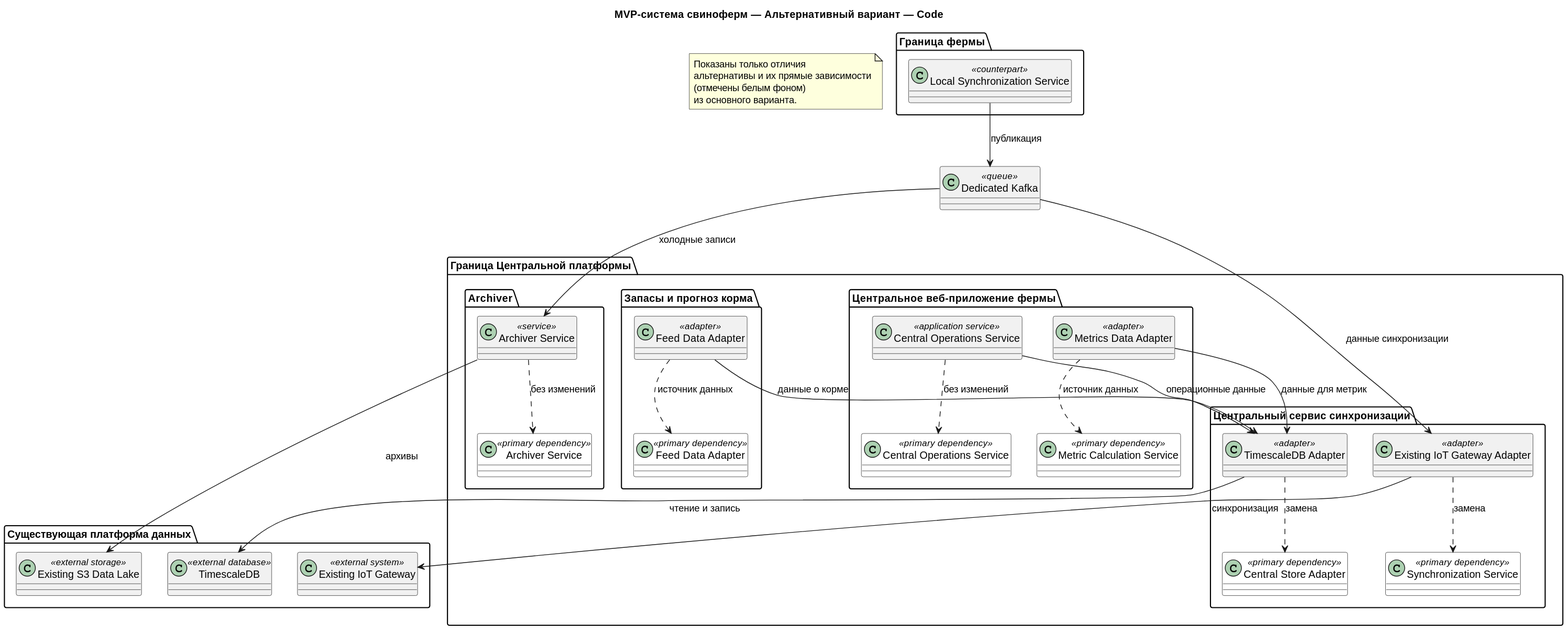
Before: Task3/svg/03-04-alternative.c4.code.svg, a diagram exported from PlantUML (vs-ya-practicum/01-MSA-AgroTech).
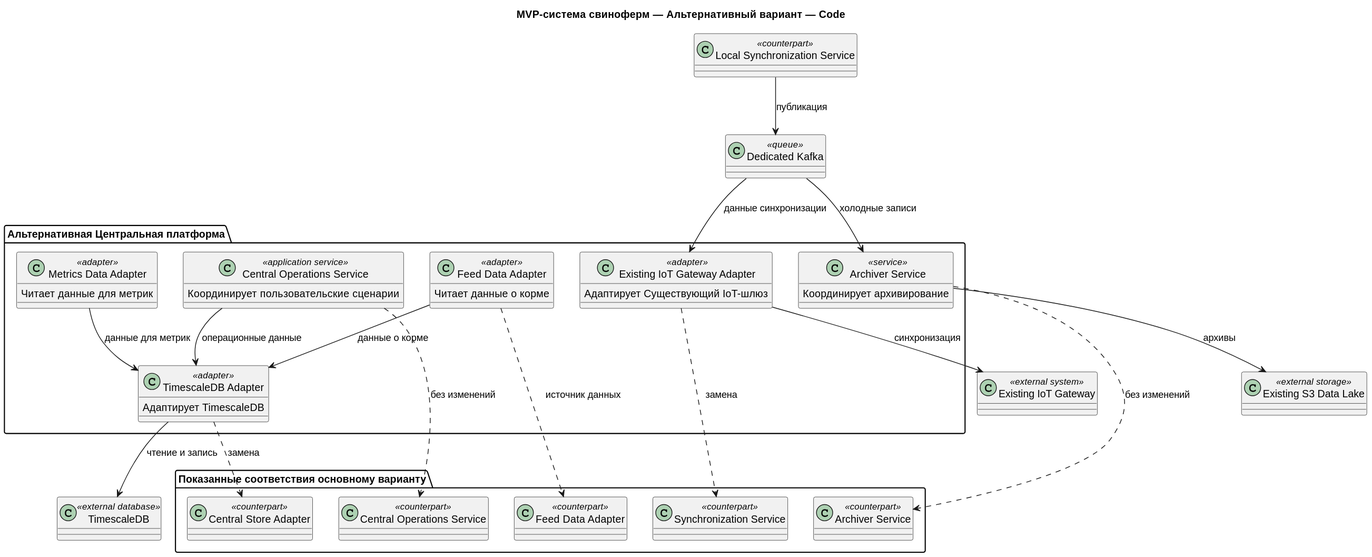
After the commit.

What changed in the source:
```diff
@@ -2,45 +2,46 @@
 title MVP-система свиноферм — Альтернативный вариант — Code
 
 skinparam classAttributeIconSize 0
-skinparam classBackgroundColor<<primary dependency>> #FFFFFF
 
-note "Показаны только отличия\nальтернативы и их прямые зависимости\n(отмечены белым фоном)\nиз основного варианта." as scopeNote
+package "Альтернативная Центральная платформа" as alternativeCentral {
+    class "Existing IoT Gateway Adapter" as iotGatewayAdapter <<adapter>> {
+        Адаптирует Существующий IoT-шлюз
+    }
 
-package "Граница Центральной платформы" as centralPlatformBoundary {
-package "Центральный сервис синхронизации" as synchronizationPackage {
-    class "Existing IoT Gateway Adapter" as iotGatewayAdapter <<adapter>>
-    class "Synchronization Service" as synchronizationService <<primary dependency>>
-    class "TimescaleDB Adapter" as timescaleAdapter <<adapter>>
-    class "Central Store Adapter" as centralStoreAdapter <<primary dependency>>
+    class "TimescaleDB Adapter" as timescaleAdapter <<adapter>> {
+        Адаптирует TimescaleDB
+    }
+
+    class "Central Operations Service" as operationsService <<application service>> {
+        Координирует пользовательские сценарии
+    }
+
+    class "Feed Data Adapter" as feedDataAdapter <<adapter>> {
+        Читает данные о корме
+    }
+
+    class "Metrics Data Adapter" as metricsDataAdapter <<adapter>> {
+        Читает данные для метрик
+    }
+
+    class "Archiver Service" as archiverService <<service>> {
+        Координирует архивирование
+    }
 }
 
-package "Центральное веб-приложение фермы" as operationsPackage {
-    class "Central Operations Service" as operationsService <<application service>>
-    class "Central Operations Service" as primaryOperationsService <<primary dependency>>
-    class "Metrics Data Adapter" as metricsDataAdapter <<adapter>>
-    class "Metric Calculation Service" as primaryMetricCalculationService <<primary dependency>>
+package "Показанные соответствия основному варианту" as counterparts {
+    class "Synchronization Service" as synchronizationService <<counterpart>>
+    class "Central Store Adapter" as centralStoreAdapter <<counterpart>>
+    class "Central Operations Service" as primaryOperationsService <<counterpart>>
+    class "Feed Data Adapter" as primaryFeedDataAdapter <<counterpart>>
+    class "Archiver Service" as primaryArchiverService <<counterpart>>
 }
 
-package "Запасы и прогноз корма" as feedPackage {
-    class "Feed Data Adapter" as feedDataAdapter <<adapter>>
-    class "Feed Data Adapter" as primaryFeedDataAdapter <<primary dependency>>
-}
-
-package "Archiver" as archivePackage {
-    class "Archiver Service" as archiverService <<service>>
-    class "Archiver Service" as primaryArchiverService <<primary dependency>>
-}
-}
-
-package "Существующая платформа данных" as existingDataPlatform {
-    class "Existing IoT Gateway" as existingIotGateway <<external system>>
-    class "TimescaleDB" as timescaleDb <<external database>>
-    class "Existing S3 Data Lake" as existingS3DataLake <<external storage>>
-}
+class "Existing IoT Gateway" as existingIotGateway <<external system>>
+class "TimescaleDB" as timescaleDb <<external database>>
 class "Dedicated Kafka" as dedicatedKafka <<queue>>
-package "Граница фермы" as farmBoundary {
+class "Existing S3 Data Lake" as existingS3DataLake <<external storage>>
 class "Local Synchronization Service" as localSynchronizationService <<counterpart>>
-}
 
 iotGatewayAdapter --> existingIotGateway : синхронизация
 timescaleAdapter --> timescaleDb : чтение и запись
@@ -56,6 +57,5 @@
 timescaleAdapter ..> centralStoreAdapter : замена
 operationsService ..> primaryOperationsService : без изменений
 feedDataAdapter ..> primaryFeedDataAdapter : источник данных
-metricsDataAdapter ..> primaryMetricCalculationService : источник данных
 archiverService ..> primaryArchiverService : без изменений
 @enduml
```
